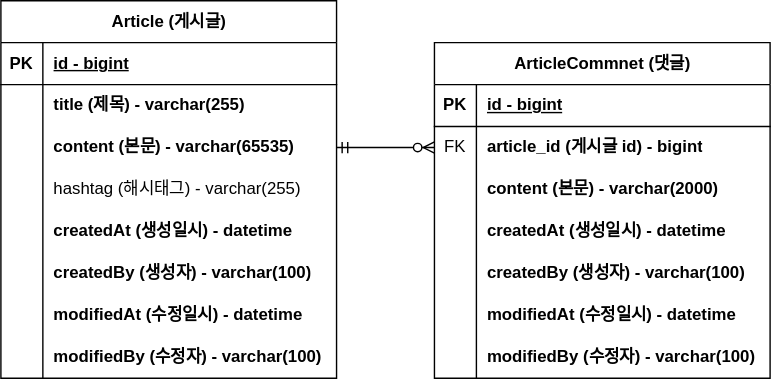
This is document/project-board-erd.svg from peg5325/study-project-board, a draw.io export, as it was before one commit. Source tidied: cells renumbered, new cells last; positions are measured from the earlier drawing's top-left corner, leaving out a move shared by most shapes.
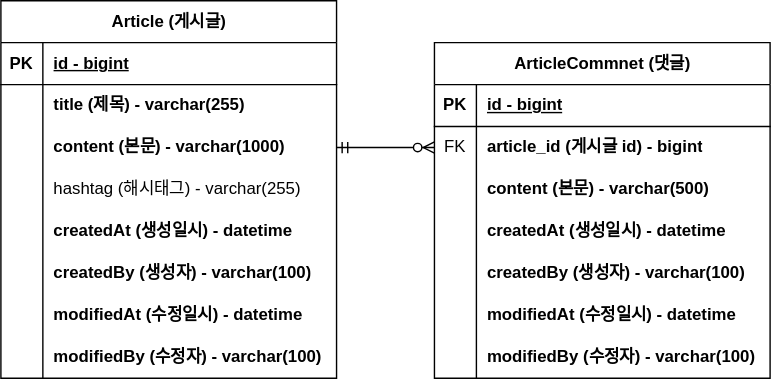
The same diagram one commit later.

Commit message:
#11 - ERD 업데이트 : content 사이즈 변경

What changed in the source:
```diff
@@ -29,7 +29,7 @@
     <mxCell id="10" style="shape=partialRectangle;fillColor=none;top=0;left=0;bottom=0;right=0;overflow=hidden;whiteSpace=wrap;html=1;" parent="9" vertex="1">
       <mxGeometry width="30" height="30" as="geometry" />
     </mxCell>
-    <mxCell id="11" value="content (본문) - varchar(65535)" style="shape=partialRectangle;fillColor=none;top=0;left=0;bottom=0;right=0;align=left;spacingLeft=6;overflow=hidden;whiteSpace=wrap;html=1;fontStyle=1;" parent="9" vertex="1">
+    <mxCell id="11" value="content (본문) - varchar(1000)" style="shape=partialRectangle;fillColor=none;top=0;left=0;bottom=0;right=0;align=left;spacingLeft=6;overflow=hidden;whiteSpace=wrap;html=1;fontStyle=1;" parent="9" vertex="1">
       <mxGeometry x="30" width="210" height="30" as="geometry" />
     </mxCell>
     <mxCell id="12" style="shape=tableRow;horizontal=0;startSize=0;swimlaneHead=0;swimlaneBody=0;fillColor=none;top=0;left=0;right=0;bottom=0;" parent="2" vertex="1">
@@ -104,7 +104,7 @@
     <mxCell id="35" style="shape=partialRectangle;fillColor=none;top=0;left=0;bottom=0;right=0;overflow=hidden;whiteSpace=wrap;html=1;" parent="34" vertex="1">
       <mxGeometry width="30" height="30" as="geometry" />
     </mxCell>
-    <mxCell id="36" value="content (본문) - varchar(2000)" style="shape=partialRectangle;fillColor=none;top=0;left=0;bottom=0;right=0;align=left;spacingLeft=6;overflow=hidden;whiteSpace=wrap;html=1;fontStyle=1;" parent="34" vertex="1">
+    <mxCell id="36" value="content (본문) - varchar(500)" style="shape=partialRectangle;fillColor=none;top=0;left=0;bottom=0;right=0;align=left;spacingLeft=6;overflow=hidden;whiteSpace=wrap;html=1;fontStyle=1;" parent="34" vertex="1">
       <mxGeometry x="30" width="210" height="30" as="geometry" />
     </mxCell>
     <mxCell id="37" style="shape=tableRow;horizontal=0;startSize=0;swimlaneHead=0;swimlaneBody=0;fillColor=none;top=0;left=0;right=0;bottom=0;" parent="27" vertex="1">
```
